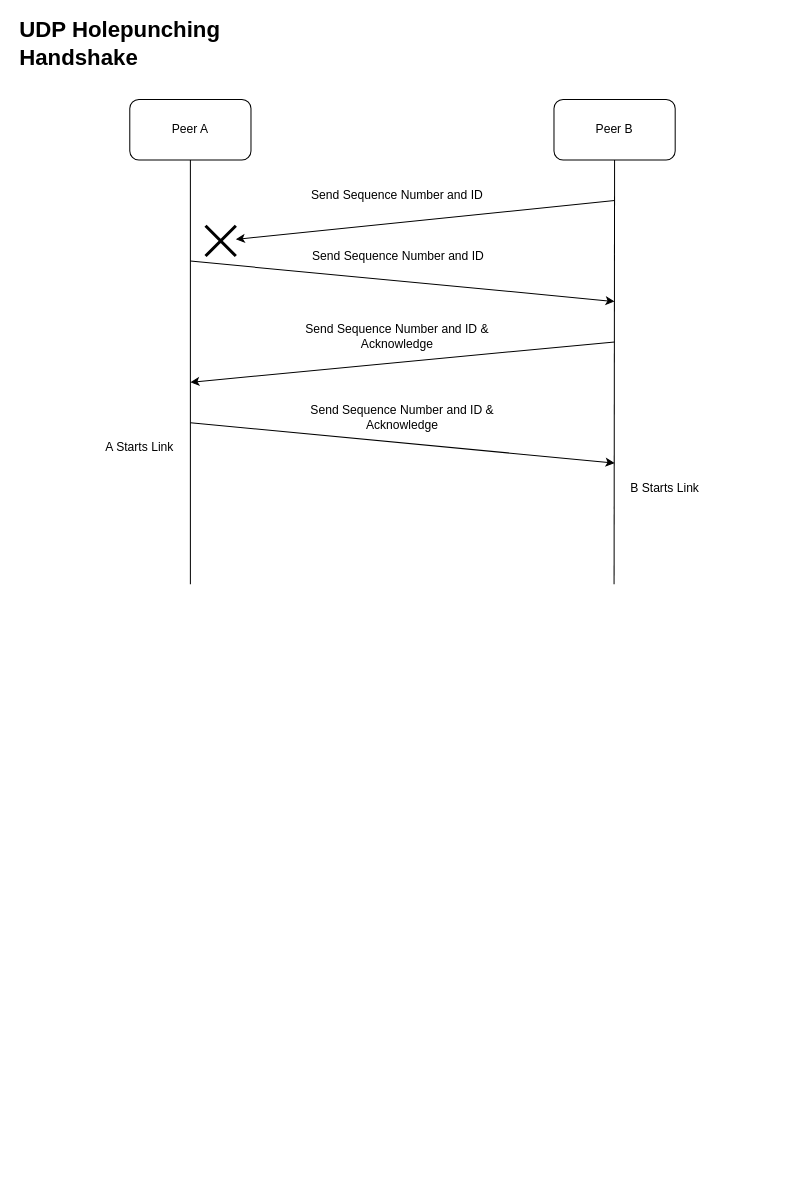
This is page "Handshake and Auth" (4 of 10) of Software-Architecture.drawio from Prototype-Aether/Prototype-Aether, a draw.io file, before an edit. Source tidied: cells renumbered, new cells numbered last; positions are measured from the earlier drawing's top-left corner, leaving out a move shared by most shapes. Both pictures are drawn from the tidied source at 101%, with x=0, y=0 at pixel (17, 28).
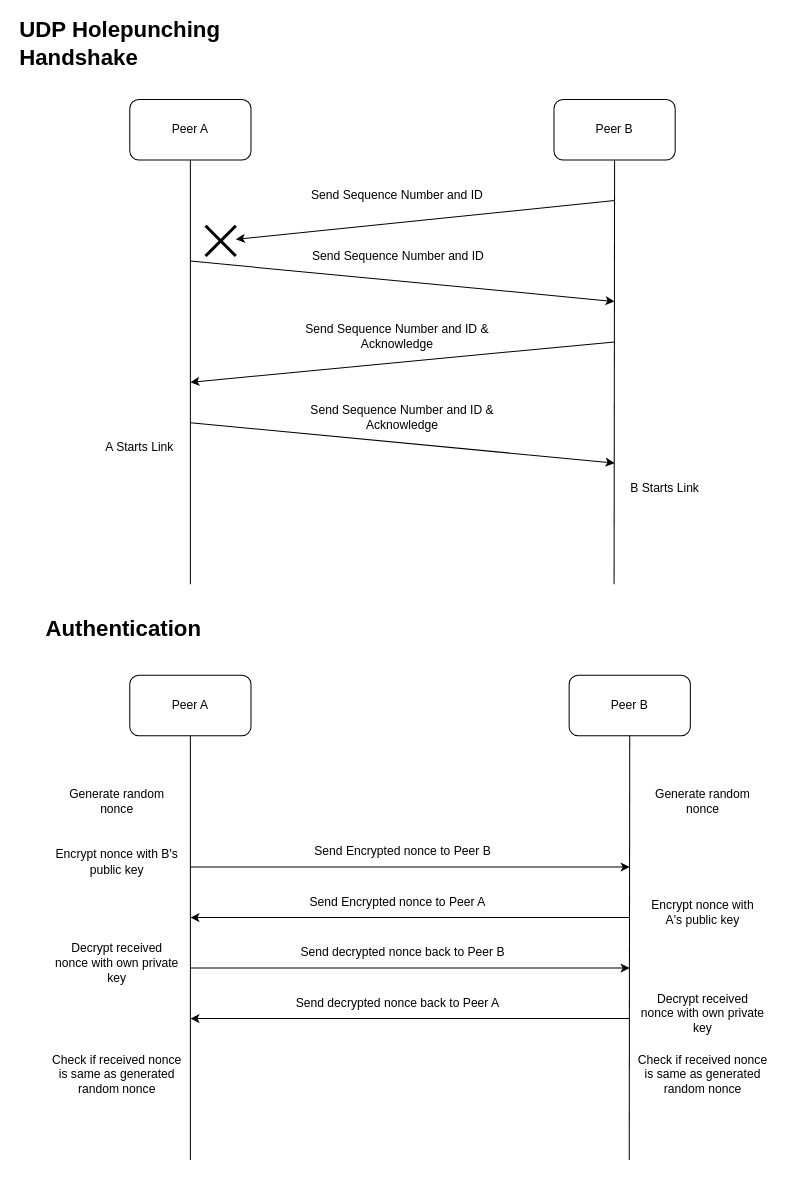
Above is the later version.

Diff of the diagram source:
```diff
@@
+    <mxCell id="18" value="Peer A" style="rounded=1;whiteSpace=wrap;html=1;" parent="1" vertex="1">
+      <mxGeometry x="111" y="640" width="120" height="60" as="geometry" />
+    </mxCell>
+    <mxCell id="19" value="Peer B" style="rounded=1;whiteSpace=wrap;html=1;" parent="1" vertex="1">
+      <mxGeometry x="546" y="640" width="120" height="60" as="geometry" />
+    </mxCell>
+    <mxCell id="20" style="endArrow=none;html=1;rounded=0;entryX=0.5;entryY=1;entryDx=0;entryDy=0;" parent="1" edge="1" target="18">
+      <mxGeometry relative="1" as="geometry">
+        <mxPoint x="171" y="1120" as="sourcePoint" />
+      </mxGeometry>
+    </mxCell>
+    <mxCell id="21" style="endArrow=none;html=1;rounded=0;entryX=0.5;entryY=1;entryDx=0;entryDy=0;" parent="1" edge="1" target="19">
+      <mxGeometry relative="1" as="geometry">
+        <mxPoint x="605.5" y="1120" as="sourcePoint" />
+      </mxGeometry>
+    </mxCell>
+    <mxCell id="22" value="Authentication" style="text;html=1;strokeColor=none;fillColor=none;align=left;verticalAlign=middle;whiteSpace=wrap;rounded=0;fontStyle=1;fontSize=22;" parent="1" vertex="1">
+      <mxGeometry x="26" y="580" width="260" height="30" as="geometry" />
+    </mxCell>
+    <mxCell id="23" style="endArrow=classic;html=1;rounded=0;" parent="1" edge="1">
+      <mxGeometry relative="1" as="geometry">
+        <mxPoint x="171" y="830" as="sourcePoint" />
+        <mxPoint x="606" y="830" as="targetPoint" />
+      </mxGeometry>
+    </mxCell>
+    <mxCell id="24" value="Send Encrypted nonce to Peer B" style="text;html=1;strokeColor=none;fillColor=none;align=center;verticalAlign=middle;whiteSpace=wrap;rounded=0;" parent="1" vertex="1">
+      <mxGeometry x="263" y="800" width="237" height="30" as="geometry" />
+    </mxCell>
+    <mxCell id="25" value="Generate random nonce" style="text;html=1;strokeColor=none;fillColor=none;align=center;verticalAlign=middle;whiteSpace=wrap;rounded=0;" parent="1" vertex="1">
+      <mxGeometry x="36" y="750" width="125" height="30" as="geometry" />
+    </mxCell>
+    <mxCell id="26" value="Generate random nonce" style="text;html=1;strokeColor=none;fillColor=none;align=center;verticalAlign=middle;whiteSpace=wrap;rounded=0;" parent="1" vertex="1">
+      <mxGeometry x="616" y="750" width="125" height="30" as="geometry" />
+    </mxCell>
+    <mxCell id="27" style="endArrow=classic;html=1;rounded=0;" parent="1" edge="1">
+      <mxGeometry relative="1" as="geometry">
+        <mxPoint x="606" y="880" as="sourcePoint" />
+        <mxPoint x="171" y="880" as="targetPoint" />
+      </mxGeometry>
+    </mxCell>
+    <mxCell id="28" value="Send Encrypted nonce to Peer A" style="text;html=1;strokeColor=none;fillColor=none;align=center;verticalAlign=middle;whiteSpace=wrap;rounded=0;" parent="1" vertex="1">
+      <mxGeometry x="258" y="850" width="237" height="30" as="geometry" />
+    </mxCell>
+    <mxCell id="29" value="Encrypt nonce with B's public key" style="text;html=1;strokeColor=none;fillColor=none;align=center;verticalAlign=middle;whiteSpace=wrap;rounded=0;" parent="1" vertex="1">
+      <mxGeometry x="36" y="810" width="125" height="30" as="geometry" />
+    </mxCell>
+    <mxCell id="30" value="&lt;div&gt;Encrypt nonce with&lt;/div&gt;&lt;div&gt;A's public key&lt;/div&gt;" style="text;html=1;strokeColor=none;fillColor=none;align=center;verticalAlign=middle;whiteSpace=wrap;rounded=0;" parent="1" vertex="1">
+      <mxGeometry x="616" y="860" width="125" height="30" as="geometry" />
+    </mxCell>
+    <mxCell id="31" value="Decrypt received nonce with own private key" style="text;html=1;strokeColor=none;fillColor=none;align=center;verticalAlign=middle;whiteSpace=wrap;rounded=0;" parent="1" vertex="1">
+      <mxGeometry x="616" y="960" width="125" height="30" as="geometry" />
+    </mxCell>
+    <mxCell id="32" style="endArrow=classic;html=1;rounded=0;" parent="1" edge="1">
+      <mxGeometry relative="1" as="geometry">
+        <mxPoint x="171" y="930" as="sourcePoint" />
+        <mxPoint x="606" y="930" as="targetPoint" />
+      </mxGeometry>
+    </mxCell>
+    <mxCell id="33" value="Send decrypted nonce back to Peer B" style="text;html=1;strokeColor=none;fillColor=none;align=center;verticalAlign=middle;whiteSpace=wrap;rounded=0;" parent="1" vertex="1">
+      <mxGeometry x="263" y="900" width="237" height="30" as="geometry" />
+    </mxCell>
+    <mxCell id="34" style="endArrow=classic;html=1;rounded=0;" parent="1" edge="1">
+      <mxGeometry relative="1" as="geometry">
+        <mxPoint x="606" y="980" as="sourcePoint" />
+        <mxPoint x="171" y="980" as="targetPoint" />
+      </mxGeometry>
+    </mxCell>
+    <mxCell id="35" value="Send decrypted nonce back to Peer A" style="text;html=1;strokeColor=none;fillColor=none;align=center;verticalAlign=middle;whiteSpace=wrap;rounded=0;" parent="1" vertex="1">
+      <mxGeometry x="258" y="950" width="237" height="30" as="geometry" />
+    </mxCell>
+    <mxCell id="36" value="Decrypt received nonce with own private key" style="text;html=1;strokeColor=none;fillColor=none;align=center;verticalAlign=middle;whiteSpace=wrap;rounded=0;" parent="1" vertex="1">
+      <mxGeometry x="36" y="910" width="125" height="30" as="geometry" />
+    </mxCell>
+    <mxCell id="37" value="Check if received nonce is same as generated random nonce" style="text;html=1;strokeColor=none;fillColor=none;align=center;verticalAlign=middle;whiteSpace=wrap;rounded=0;" parent="1" vertex="1">
+      <mxGeometry x="31" y="1020" width="135" height="30" as="geometry" />
+    </mxCell>
+    <mxCell id="38" value="Check if received nonce is same as generated random nonce" style="text;html=1;strokeColor=none;fillColor=none;align=center;verticalAlign=middle;whiteSpace=wrap;rounded=0;" parent="1" vertex="1">
+      <mxGeometry x="611" y="1020" width="135" height="30" as="geometry" />
+    </mxCell>
```
